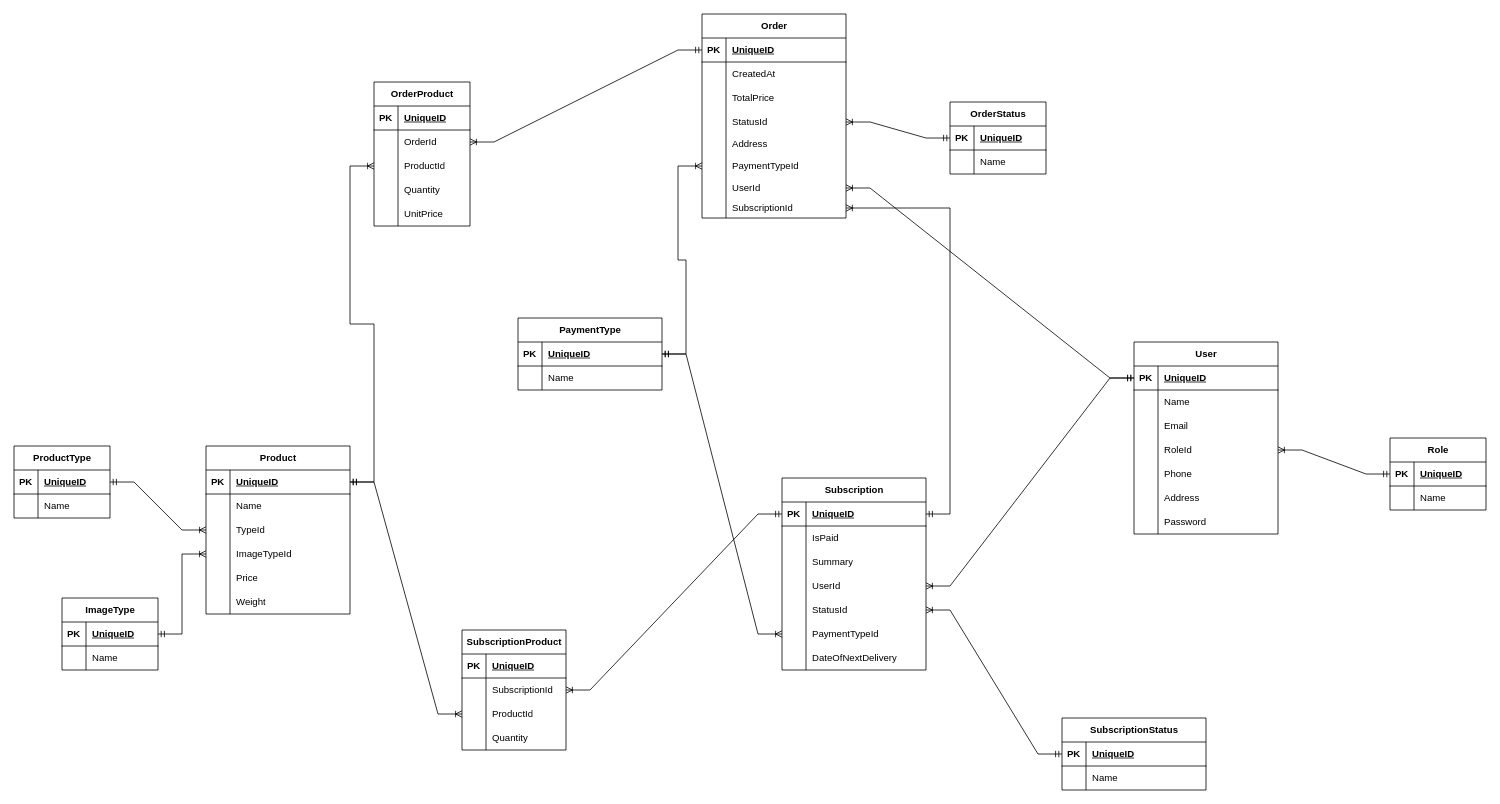
Before: DatabaseDiagram.drawio in sosiskakiller2005/PotApp, a draw.io diagram. Source tidied: cells renumbered, new cells numbered last; positions are measured from the earlier drawing's top-left corner, leaving out a move shared by most shapes. Both pictures are drawn from the tidied source at 80%, with x=0, y=0 at pixel (14, 14).
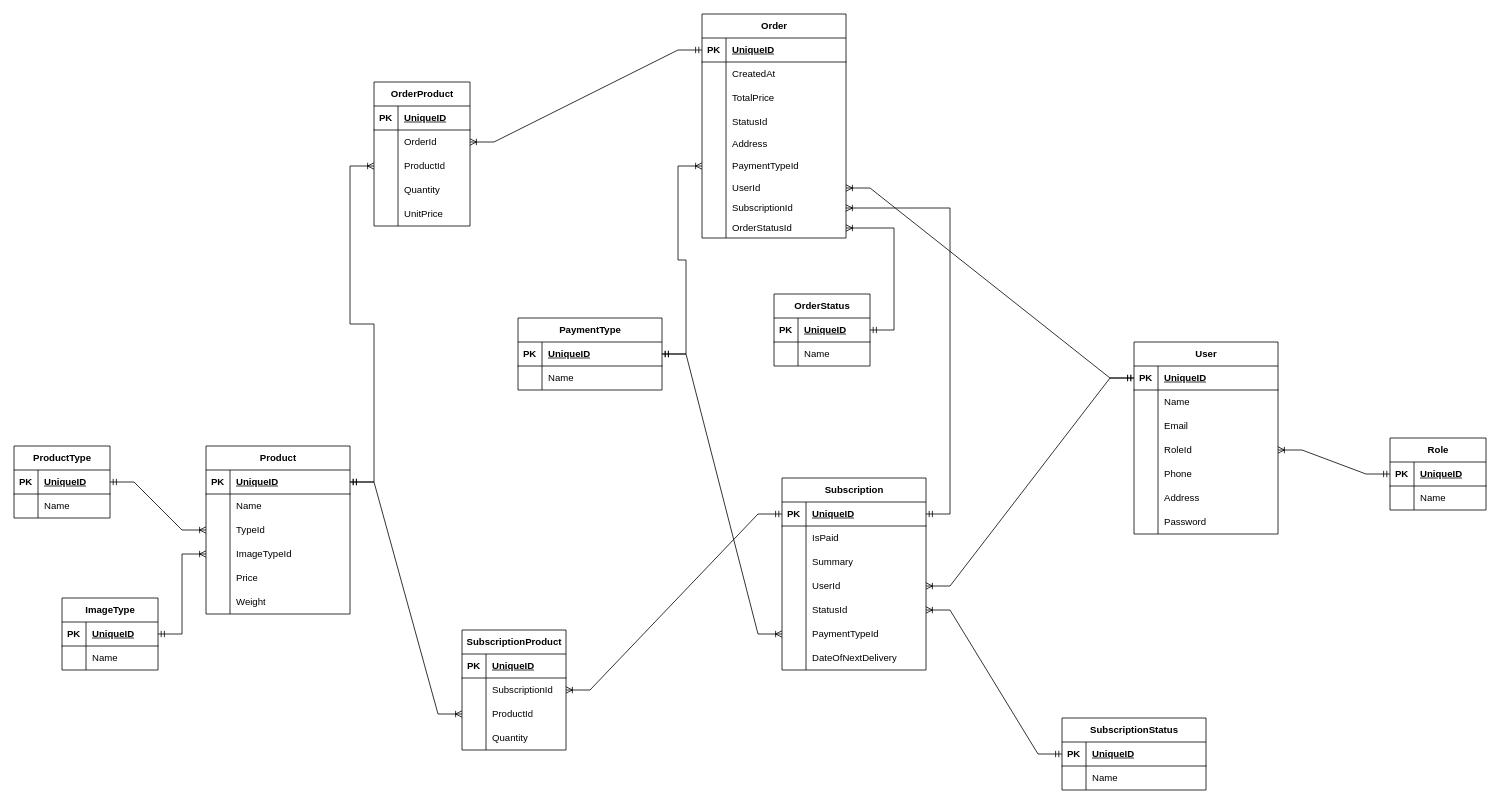
The same diagram, later.

The change refers to these unchanged cells:
```xml
<mxCell id="70" style="shape=tableRow;horizontal=0;startSize=0;swimlaneHead=0;swimlaneBody=0;fillColor=none;points=[[0,0.5],[1,0.5]];portConstraint=eastwest;top=0;left=0;right=0;bottom=0;" parent="60" vertex="1">
  <mxGeometry y="120" width="180" height="30" as="geometry" />
</mxCell>
<mxCell id="161" style="shape=tableRow;horizontal=0;startSize=0;swimlaneHead=0;swimlaneBody=0;fillColor=none;points=[[0,0.5],[1,0.5]];portConstraint=eastwest;top=0;left=0;right=0;bottom=1;" parent="160" vertex="1">
  <mxGeometry y="30" width="120" height="30" as="geometry" />
</mxCell>
```

What changed in the source:
```diff
@@
     <mxCell id="60" value="Order" style="shape=table;startSize=30;childLayout=tableLayout;rowLines=0;fontStyle=1;align=center;html=1;" parent="1" vertex="1">
-      <mxGeometry x="860" width="180" height="255" as="geometry" />
+      <mxGeometry x="860" width="180" height="280" as="geometry" />
     </mxCell>
@@
+    <mxCell id="176" style="shape=tableRow;horizontal=0;startSize=0;swimlaneHead=0;swimlaneBody=0;fillColor=none;points=[[0,0.5],[1,0.5]];portConstraint=eastwest;top=0;left=0;right=0;bottom=0;" parent="60" vertex="1">
+      <mxGeometry y="255" width="180" height="25" as="geometry" />
+    </mxCell>
+    <mxCell id="177" style="shape=partialRectangle;fillColor=none;top=0;left=0;bottom=0;right=0;overflow=hidden;whiteSpace=wrap;html=1;" parent="176" vertex="1">
+      <mxGeometry width="30" height="25" as="geometry" />
+    </mxCell>
+    <mxCell id="178" value="OrderStatusId" style="shape=partialRectangle;fillColor=none;top=0;left=0;bottom=0;right=0;align=left;spacingLeft=6;overflow=hidden;whiteSpace=wrap;html=1;" parent="176" vertex="1">
+      <mxGeometry x="30" width="150" height="25" as="geometry" />
+    </mxCell>
@@
     <mxCell id="160" value="OrderStatus" style="shape=table;startSize=30;childLayout=tableLayout;rowLines=0;fontStyle=1;align=center;html=1;" parent="1" vertex="1">
-      <mxGeometry x="1170" y="110" width="120" height="90" as="geometry" />
+      <mxGeometry x="950" y="350" width="120" height="90" as="geometry" />
     </mxCell>
@@
-    <mxCell id="167" style="edgeStyle=entityRelationEdgeStyle;fontSize=12;html=1;endArrow=ERoneToMany;startArrow=ERmandOne;rounded=0;defaultLabelBackgroundColor=page;" parent="1" edge="1" source="161" target="70">
-      <mxGeometry relative="1" as="geometry" />
-    </mxCell>
@@
+    <mxCell id="179" style="edgeStyle=entityRelationEdgeStyle;fontSize=12;html=1;endArrow=ERoneToMany;startArrow=ERmandOne;rounded=0;defaultLabelBackgroundColor=page;" parent="1" edge="1" source="161" target="176">
+      <mxGeometry relative="1" as="geometry" />
+    </mxCell>
```
